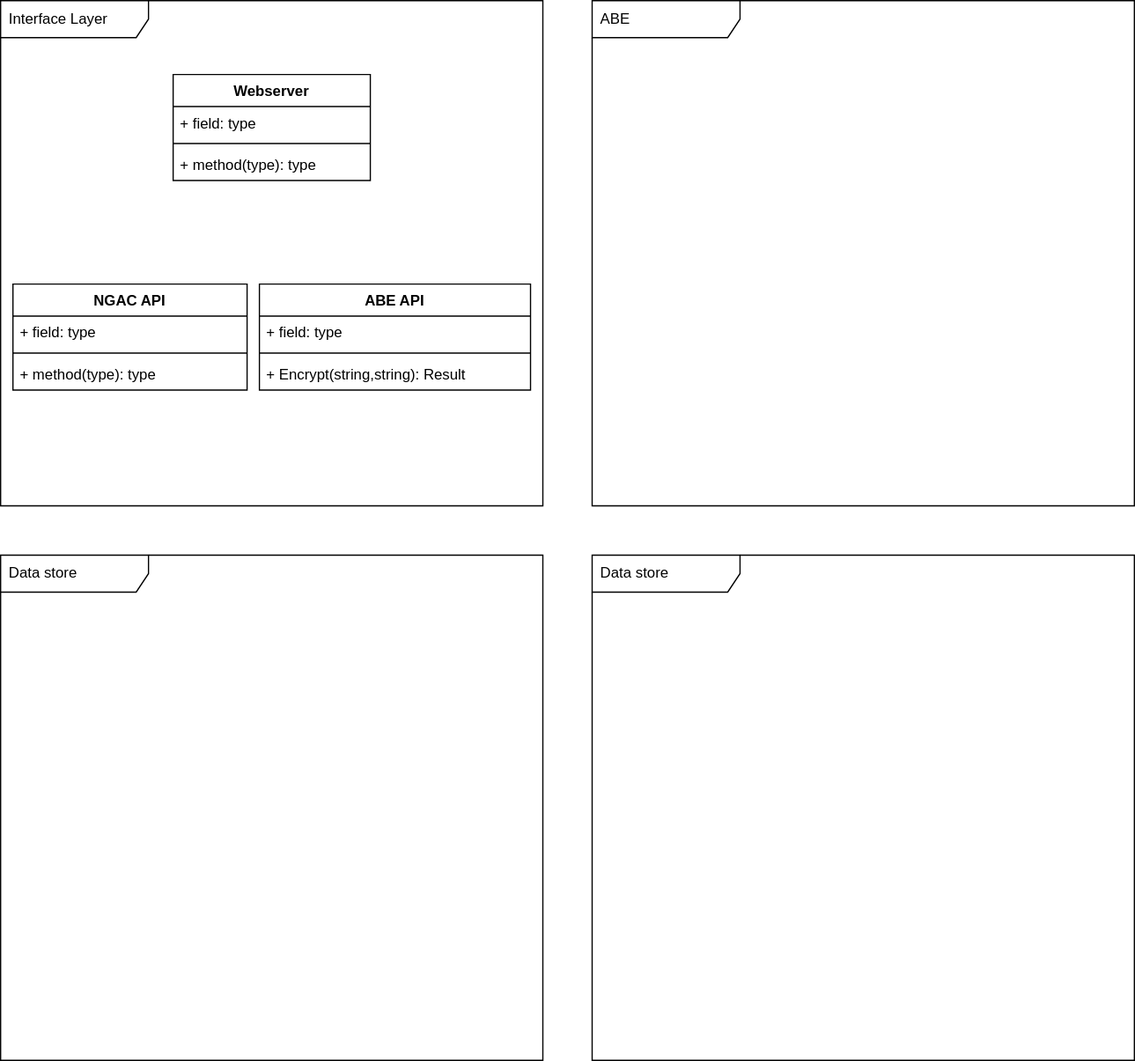
Earlier version of the draw.io export docs/design/system/system_design.drawio.svg (ivajon/NGAC_ABE). Source tidied: cells renumbered, new cells last; positions are measured from the earlier drawing's top-left corner, leaving out a move shared by most shapes.
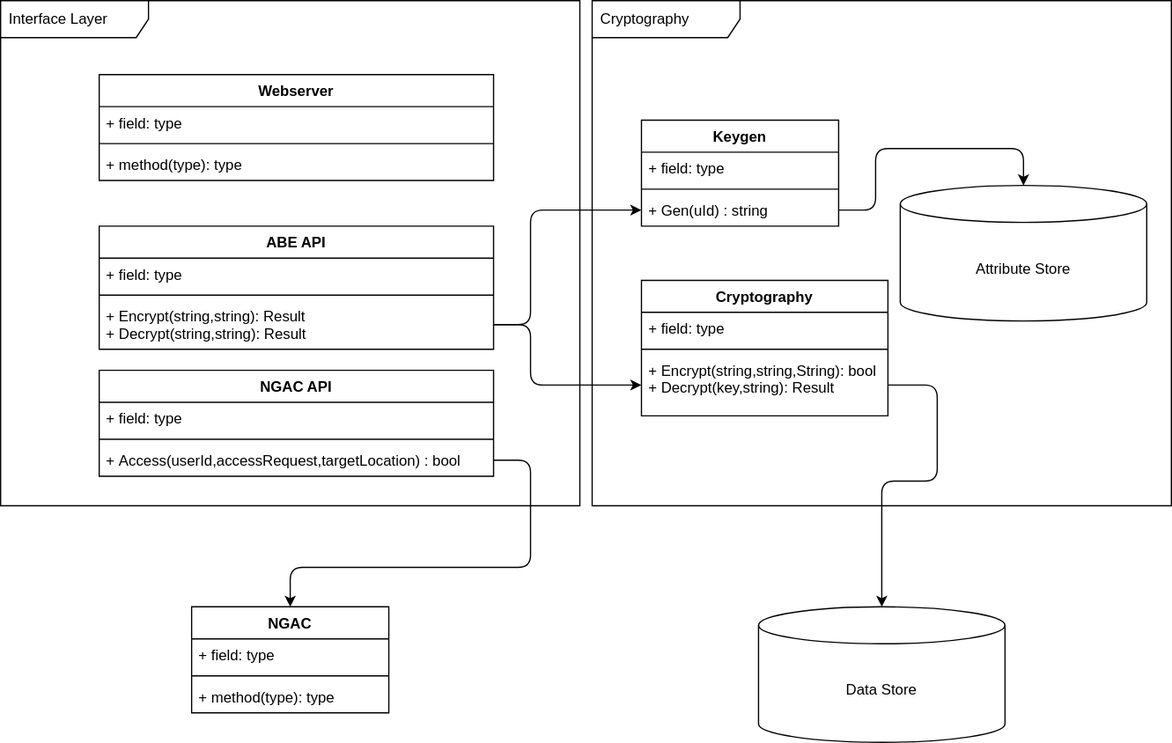
Above is the later version.

Commit message:
started work on static design

The edit, as a diff of the source:
```diff
@@ -3,52 +3,131 @@
     <mxCell id="0" />
     <mxCell id="1" parent="0" />
     <mxCell id="2" value="Interface Layer" style="shape=umlFrame;whiteSpace=wrap;html=1;width=120;height=30;boundedLbl=1;verticalAlign=middle;align=left;spacingLeft=5;" parent="1" vertex="1">
-      <mxGeometry width="440" height="410" as="geometry" />
+      <mxGeometry width="470" height="410" as="geometry" />
     </mxCell>
     <mxCell id="3" value="Webserver" style="swimlane;fontStyle=1;align=center;verticalAlign=top;horizontal=1;startSize=26;" parent="1" vertex="1">
-      <mxGeometry x="140" y="60" width="160" height="86" as="geometry" />
+      <mxGeometry x="80" y="60" width="320" height="86" as="geometry" />
     </mxCell>
     <mxCell id="4" value="+ field: type" style="text;strokeColor=none;fillColor=none;align=left;verticalAlign=top;spacingLeft=4;spacingRight=4;overflow=hidden;" parent="3" vertex="1">
-      <mxGeometry y="26" width="160" height="26" as="geometry" />
+      <mxGeometry y="26" width="320" height="26" as="geometry" />
     </mxCell>
     <mxCell id="5" style="line;strokeWidth=1;fillColor=none;align=left;verticalAlign=middle;spacingTop=-1;spacingLeft=3;spacingRight=3;labelPosition=right;" parent="3" vertex="1">
-      <mxGeometry y="52" width="160" height="8" as="geometry" />
+      <mxGeometry y="52" width="320" height="8" as="geometry" />
     </mxCell>
     <mxCell id="6" value="+ method(type): type" style="text;strokeColor=none;fillColor=none;align=left;verticalAlign=top;spacingLeft=4;spacingRight=4;overflow=hidden;" parent="3" vertex="1">
-      <mxGeometry y="60" width="160" height="26" as="geometry" />
+      <mxGeometry y="60" width="320" height="26" as="geometry" />
     </mxCell>
     <mxCell id="7" value="NGAC API" style="swimlane;fontStyle=1;align=center;verticalAlign=top;horizontal=1;startSize=26;" parent="1" vertex="1">
-      <mxGeometry x="10" y="230" width="190" height="86" as="geometry" />
+      <mxGeometry x="80" y="300" width="320" height="86" as="geometry" />
     </mxCell>
     <mxCell id="8" value="+ field: type" style="text;strokeColor=none;fillColor=none;align=left;verticalAlign=top;spacingLeft=4;spacingRight=4;overflow=hidden;" parent="7" vertex="1">
-      <mxGeometry y="26" width="190" height="26" as="geometry" />
+      <mxGeometry y="26" width="320" height="26" as="geometry" />
     </mxCell>
     <mxCell id="9" style="line;strokeWidth=1;fillColor=none;align=left;verticalAlign=middle;spacingTop=-1;spacingLeft=3;spacingRight=3;labelPosition=right;" parent="7" vertex="1">
-      <mxGeometry y="52" width="190" height="8" as="geometry" />
+      <mxGeometry y="52" width="320" height="8" as="geometry" />
     </mxCell>
-    <mxCell id="10" value="+ method(type): type" style="text;strokeColor=none;fillColor=none;align=left;verticalAlign=top;spacingLeft=4;spacingRight=4;overflow=hidden;points=[[0,0.5],[1,0.5]];portConstraint=eastwest;" parent="7" vertex="1">
-      <mxGeometry y="60" width="190" height="26" as="geometry" />
+    <mxCell id="10" value="+ Access(userId,accessRequest,targetLocation) : bool" style="text;strokeColor=none;fillColor=none;align=left;verticalAlign=top;spacingLeft=4;spacingRight=4;overflow=hidden;points=[[0,0.5],[1,0.5]];portConstraint=eastwest;" parent="7" vertex="1">
+      <mxGeometry y="60" width="320" height="26" as="geometry" />
     </mxCell>
     <mxCell id="11" value="ABE API" style="swimlane;fontStyle=1;align=center;verticalAlign=top;horizontal=1;startSize=26;" parent="1" vertex="1">
-      <mxGeometry x="210" y="230" width="220" height="86" as="geometry" />
+      <mxGeometry x="80" y="183" width="320" height="100" as="geometry" />
     </mxCell>
     <mxCell id="12" value="+ field: type" style="text;strokeColor=none;fillColor=none;align=left;verticalAlign=top;spacingLeft=4;spacingRight=4;overflow=hidden;" parent="11" vertex="1">
-      <mxGeometry y="26" width="220" height="26" as="geometry" />
+      <mxGeometry y="26" width="320" height="26" as="geometry" />
     </mxCell>
     <mxCell id="13" style="line;strokeWidth=1;fillColor=none;align=left;verticalAlign=middle;spacingTop=-1;spacingLeft=3;spacingRight=3;labelPosition=right;" parent="11" vertex="1">
-      <mxGeometry y="52" width="220" height="8" as="geometry" />
+      <mxGeometry y="52" width="320" height="8" as="geometry" />
     </mxCell>
-    <mxCell id="14" value="+ Encrypt(string,string): Result" style="text;strokeColor=none;fillColor=none;align=left;verticalAlign=top;spacingLeft=4;spacingRight=4;overflow=hidden;points=[[0,0.5],[1,0.5]];portConstraint=eastwest;" parent="11" vertex="1">
-      <mxGeometry y="60" width="220" height="26" as="geometry" />
+    <mxCell id="14" value="+ Encrypt(string,string): Result&#10;+ Decrypt(string,string): Result" style="text;strokeColor=none;fillColor=none;align=left;verticalAlign=top;spacingLeft=4;spacingRight=4;overflow=hidden;points=[[0,0.5],[1,0.5]];portConstraint=eastwest;" parent="11" vertex="1">
+      <mxGeometry y="60" width="320" height="40" as="geometry" />
     </mxCell>
-    <mxCell id="15" value="ABE" style="shape=umlFrame;whiteSpace=wrap;html=1;width=120;height=30;boundedLbl=1;verticalAlign=middle;align=left;spacingLeft=5;" parent="1" vertex="1">
-      <mxGeometry x="480" width="440" height="410" as="geometry" />
+    <mxCell id="15" value="Cryptography" style="shape=umlFrame;whiteSpace=wrap;html=1;width=120;height=30;boundedLbl=1;verticalAlign=middle;align=left;spacingLeft=5;" parent="1" vertex="1">
+      <mxGeometry x="480" width="470" height="410" as="geometry" />
     </mxCell>
-    <mxCell id="16" value="Data store" style="shape=umlFrame;whiteSpace=wrap;html=1;width=120;height=30;boundedLbl=1;verticalAlign=middle;align=left;spacingLeft=5;" parent="1" vertex="1">
-      <mxGeometry x="480" y="450" width="440" height="410" as="geometry" />
-    </mxCell>
-    <mxCell id="17" value="Data store" style="shape=umlFrame;whiteSpace=wrap;html=1;width=120;height=30;boundedLbl=1;verticalAlign=middle;align=left;spacingLeft=5;" parent="1" vertex="1">
-      <mxGeometry y="450" width="440" height="410" as="geometry" />
-    </mxCell>
+    <mxCell id="18" value="Data Store" style="shape=cylinder3;whiteSpace=wrap;html=1;boundedLbl=1;backgroundOutline=1;size=15;" parent="1" vertex="1">
+      <mxGeometry x="615" y="492" width="200" height="110" as="geometry" />
+    </mxCell>
+    <mxCell id="19" value="Keygen" style="swimlane;fontStyle=1;align=center;verticalAlign=top;horizontal=1;startSize=26;" parent="1" vertex="1">
+      <mxGeometry x="520" y="97" width="160" height="86" as="geometry" />
+    </mxCell>
+    <mxCell id="20" value="+ field: type" style="text;strokeColor=none;fillColor=none;align=left;verticalAlign=top;spacingLeft=4;spacingRight=4;overflow=hidden;" parent="19" vertex="1">
+      <mxGeometry y="26" width="160" height="26" as="geometry" />
+    </mxCell>
+    <mxCell id="21" style="line;strokeWidth=1;fillColor=none;align=left;verticalAlign=middle;spacingTop=-1;spacingLeft=3;spacingRight=3;labelPosition=right;" parent="19" vertex="1">
+      <mxGeometry y="52" width="160" height="8" as="geometry" />
+    </mxCell>
+    <mxCell id="22" value="+ Gen(uId) : string" style="text;strokeColor=none;fillColor=none;align=left;verticalAlign=top;spacingLeft=4;spacingRight=4;overflow=hidden;points=[[0,0.5],[1,0.5]];portConstraint=eastwest;" parent="19" vertex="1">
+      <mxGeometry y="60" width="160" height="26" as="geometry" />
+    </mxCell>
+    <mxCell id="23" value="Cryptography" style="swimlane;fontStyle=1;align=center;verticalAlign=top;horizontal=1;startSize=26;" parent="1" vertex="1">
+      <mxGeometry x="520" y="227" width="200" height="110" as="geometry" />
+    </mxCell>
+    <mxCell id="24" value="+ field: type" style="text;strokeColor=none;fillColor=none;align=left;verticalAlign=top;spacingLeft=4;spacingRight=4;overflow=hidden;" parent="23" vertex="1">
+      <mxGeometry y="26" width="200" height="26" as="geometry" />
+    </mxCell>
+    <mxCell id="25" style="line;strokeWidth=1;fillColor=none;align=left;verticalAlign=middle;spacingTop=-1;spacingLeft=3;spacingRight=3;labelPosition=right;" parent="23" vertex="1">
+      <mxGeometry y="52" width="200" height="8" as="geometry" />
+    </mxCell>
+    <mxCell id="26" value="+ Encrypt(string,string,String): bool&#10;+ Decrypt(key,string): Result" style="text;strokeColor=none;fillColor=none;align=left;verticalAlign=top;spacingLeft=4;spacingRight=4;overflow=hidden;points=[[0,0.5],[1,0.5]];portConstraint=eastwest;" parent="23" vertex="1">
+      <mxGeometry y="60" width="200" height="50" as="geometry" />
+    </mxCell>
+    <mxCell id="27" value="Attribute Store" style="shape=cylinder3;whiteSpace=wrap;html=1;boundedLbl=1;backgroundOutline=1;size=15;" parent="1" vertex="1">
+      <mxGeometry x="730" y="150" width="200" height="110" as="geometry" />
+    </mxCell>
+    <mxCell id="28" value="NGAC" style="swimlane;fontStyle=1;align=center;verticalAlign=top;horizontal=1;startSize=26;" parent="1" vertex="1">
+      <mxGeometry x="155" y="492" width="160" height="86" as="geometry" />
+    </mxCell>
+    <mxCell id="29" value="+ field: type" style="text;strokeColor=none;fillColor=none;align=left;verticalAlign=top;spacingLeft=4;spacingRight=4;overflow=hidden;" parent="28" vertex="1">
+      <mxGeometry y="26" width="160" height="26" as="geometry" />
+    </mxCell>
+    <mxCell id="30" style="line;strokeWidth=1;fillColor=none;align=left;verticalAlign=middle;spacingTop=-1;spacingLeft=3;spacingRight=3;labelPosition=right;" parent="28" vertex="1">
+      <mxGeometry y="52" width="160" height="8" as="geometry" />
+    </mxCell>
+    <mxCell id="31" value="+ method(type): type" style="text;strokeColor=none;fillColor=none;align=left;verticalAlign=top;spacingLeft=4;spacingRight=4;overflow=hidden;" parent="28" vertex="1">
+      <mxGeometry y="60" width="160" height="26" as="geometry" />
+    </mxCell>
+    <mxCell id="32" style="edgeStyle=none;html=1;entryX=0;entryY=0.5;entryDx=0;entryDy=0;exitX=1;exitY=0.5;exitDx=0;exitDy=0;" parent="1" edge="1" source="14" target="22">
+      <mxGeometry relative="1" as="geometry">
+        <Array as="points">
+          <mxPoint x="430" y="263" />
+          <mxPoint x="430" y="170" />
+        </Array>
+      </mxGeometry>
+    </mxCell>
+    <mxCell id="33" style="edgeStyle=none;html=1;exitX=1;exitY=0.5;exitDx=0;exitDy=0;entryX=0;entryY=0.5;entryDx=0;entryDy=0;" parent="1" edge="1" source="14" target="26">
+      <mxGeometry relative="1" as="geometry">
+        <Array as="points">
+          <mxPoint x="430" y="263" />
+          <mxPoint x="430" y="312" />
+        </Array>
+      </mxGeometry>
+    </mxCell>
+    <mxCell id="34" style="edgeStyle=none;html=1;exitX=1;exitY=0.5;exitDx=0;exitDy=0;entryX=0.5;entryY=0;entryDx=0;entryDy=0;entryPerimeter=0;" parent="1" edge="1" source="22" target="27">
+      <mxGeometry relative="1" as="geometry">
+        <Array as="points">
+          <mxPoint x="710" y="170" />
+          <mxPoint x="710" y="120" />
+          <mxPoint x="830" y="120" />
+        </Array>
+      </mxGeometry>
+    </mxCell>
+    <mxCell id="35" style="edgeStyle=none;html=1;exitX=1;exitY=0.5;exitDx=0;exitDy=0;entryX=0.5;entryY=0;entryDx=0;entryDy=0;" parent="1" edge="1" source="10" target="28">
+      <mxGeometry relative="1" as="geometry">
+        <Array as="points">
+          <mxPoint x="430" y="373" />
+          <mxPoint x="430" y="460" />
+          <mxPoint x="235" y="460" />
+        </Array>
+      </mxGeometry>
+    </mxCell>
+    <mxCell id="36" style="edgeStyle=none;html=1;exitX=1;exitY=0.5;exitDx=0;exitDy=0;entryX=0.5;entryY=0;entryDx=0;entryDy=0;entryPerimeter=0;" parent="1" edge="1" source="26" target="18">
+      <mxGeometry relative="1" as="geometry">
+        <Array as="points">
+          <mxPoint x="760" y="312" />
+          <mxPoint x="760" y="390" />
+          <mxPoint x="715" y="390" />
+        </Array>
+      </mxGeometry>
+    </mxCell>
   </root>
 </mxGraphModel>
```
